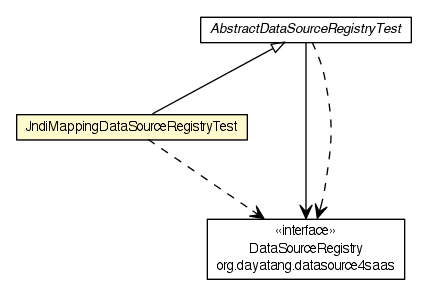
Before: testapidocs/org/dayatang/datasource4saas/dsregistry/JndiMappingDataSourceRegistryTest.png, a diagram exported from Graphviz (dayatang/dddlib). Its source is kept beside it as testapidocs/org/dayatang/datasource4saas/dsregistry/JndiMappingDataSourceRegistryTest.dot.
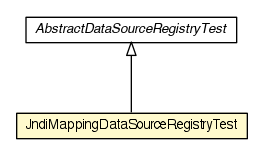
The same file after the commit.

The edit, as a diff of the source:
```diff
@@ -4,25 +4,15 @@
 	node [fontname="Helvetica",fontsize=10,shape=plaintext];
 	nodesep=0.25;
 	ranksep=0.5;
-	c29779 [label=<<table title="org.dayatang.datasource4saas.dsregistry.JndiMappingDataSourceRegistryTest" border="0" cellborder="1" cellspacing="0" cellpadding="2" port="p" bgcolor="lemonChiffon" href="./JndiMappingDataSourceRegistryTest.html">
+	c29462 [label=<<table title="org.dayatang.datasource4saas.dsregistry.JndiMappingDataSourceRegistryTest" border="0" cellborder="1" cellspacing="0" cellpadding="2" port="p" bgcolor="lemonChiffon" href="./JndiMappingDataSourceRegistryTest.html">
 		<tr><td><table border="0" cellspacing="0" cellpadding="1">
 <tr><td align="center" balign="center"> JndiMappingDataSourceRegistryTest </td></tr>
 		</table></td></tr>
 		</table>>, URL="./JndiMappingDataSourceRegistryTest.html", fontname="Helvetica", fontcolor="black", fontsize=10.0];
-	c29781 [label=<<table title="org.dayatang.datasource4saas.dsregistry.AbstractDataSourceRegistryTest" border="0" cellborder="1" cellspacing="0" cellpadding="2" port="p" href="./AbstractDataSourceRegistryTest.html">
+	c29464 [label=<<table title="org.dayatang.datasource4saas.dsregistry.AbstractDataSourceRegistryTest" border="0" cellborder="1" cellspacing="0" cellpadding="2" port="p" href="./AbstractDataSourceRegistryTest.html">
 		<tr><td><table border="0" cellspacing="0" cellpadding="1">
 <tr><td align="center" balign="center"><font face="Helvetica-Oblique"> AbstractDataSourceRegistryTest </font></td></tr>
 		</table></td></tr>
 		</table>>, URL="./AbstractDataSourceRegistryTest.html", fontname="Helvetica", fontcolor="black", fontsize=10.0];
-	c29781:p -> c29779:p [dir=back,arrowtail=empty];
-	c29781:p -> c29801:p [taillabel="", label=" "headlabel="", fontname="Helvetica", fontcolor="black", fontsize=10.0, color="black", arrowhead=open];
-	c29779:p -> c29801:p [taillabel="", label=" "headlabel="", fontname="Helvetica", fontcolor="black", fontsize=10.0, color="black", arrowhead=open, style=dashed];
-	c29781:p -> c29801:p [taillabel="", label=" "headlabel="", fontname="Helvetica", fontcolor="black", fontsize=10.0, color="black", arrowhead=open, style=dashed];
-	c29801 [label=<<table title="org.dayatang.datasource4saas.DataSourceRegistry" border="0" cellborder="1" cellspacing="0" cellpadding="2" port="p" href="http://java.sun.com/j2se/1.4.2/docs/api/org/dayatang/datasource4saas/DataSourceRegistry.html">
-		<tr><td><table border="0" cellspacing="0" cellpadding="1">
-<tr><td align="center" balign="center"> &#171;interface&#187; </td></tr>
-<tr><td align="center" balign="center"> DataSourceRegistry </td></tr>
-<tr><td align="center" balign="center"> org.dayatang.datasource4saas </td></tr>
-		</table></td></tr>
-		</table>>, URL="http://java.sun.com/j2se/1.4.2/docs/api/org/dayatang/datasource4saas/DataSourceRegistry.html", fontname="Helvetica", fontcolor="black", fontsize=10.0];
+	c29464:p -> c29462:p [dir=back,arrowtail=empty];
 }
```
